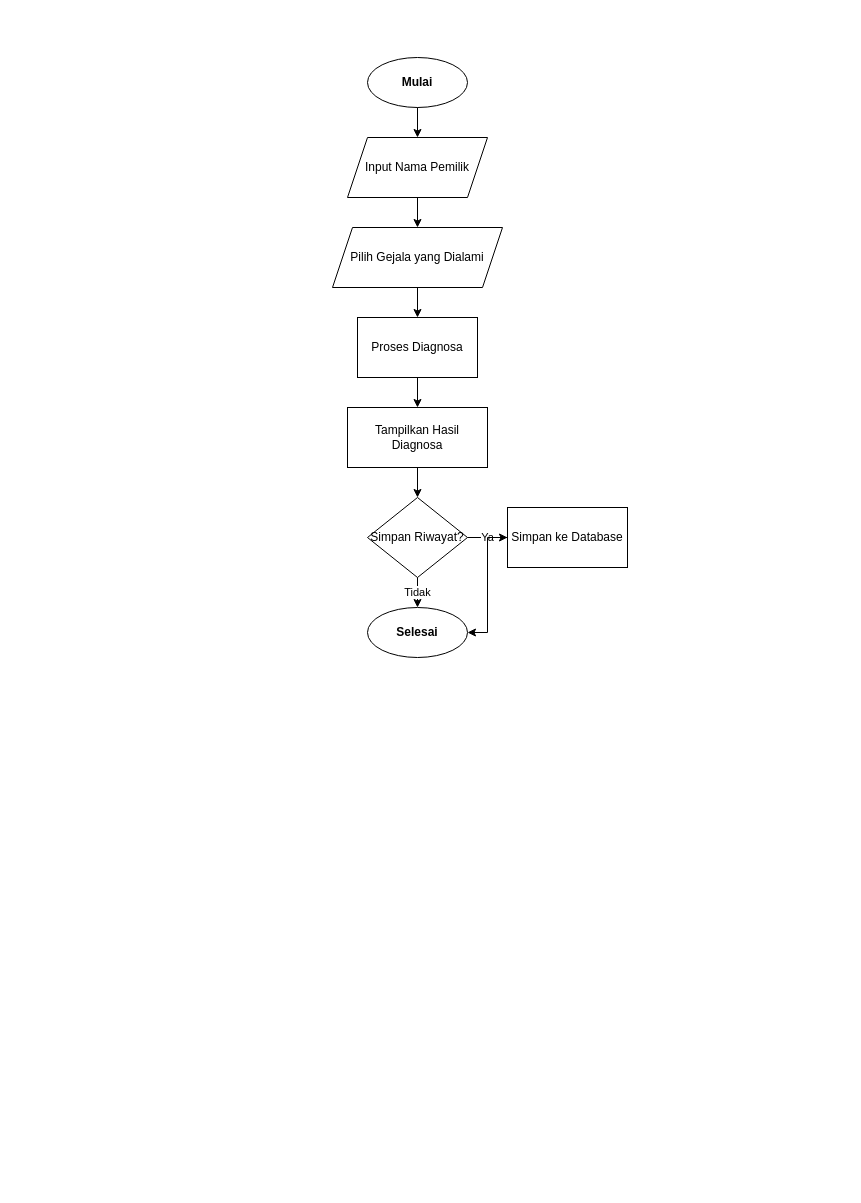
This is diagram/flowchart/konsultasi.drawio from Jinsky/Jinsky, a draw.io file, before an edit. Source tidied: cells renumbered, new cells numbered last; positions are measured from the earlier drawing's top-left corner, leaving out a move shared by most shapes. Both pictures are drawn from the tidied source at 100%, with x=0, y=0 at pixel (17, 17).
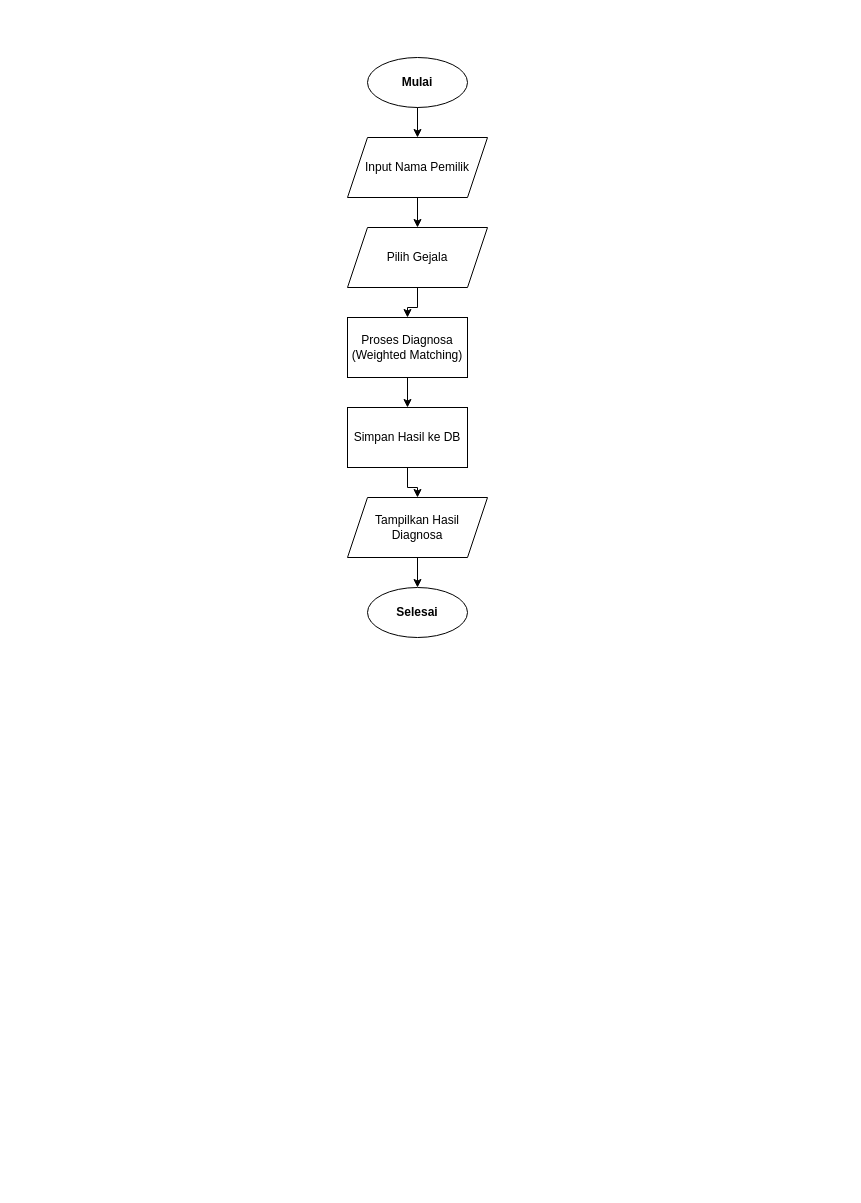
The same page after the edit.

The edit, as a diff of the source:
```diff
@@
 <mxGraphModel>
   <root>
     <mxCell id="0" />
     <mxCell id="1" parent="0" />
     <mxCell id="2" style="rounded=0;whiteSpace=wrap;html=1;fillColor=#ffffff;strokeColor=none;" parent="1" vertex="1">
       <mxGeometry width="827" height="1169" as="geometry" />
     </mxCell>
-    <mxCell id="3" value="Mulai" style="ellipse;whiteSpace=wrap;html=1;fontStyle=1;fillColor=#ffffff;strokeColor=#000000;" parent="1" vertex="1">
+    <mxCell id="3" value="Mulai" style="ellipse;whiteSpace=wrap;html=1;fontStyle=1;fontSize=12;fillColor=#ffffff;strokeColor=#000000;" parent="1" vertex="1">
       <mxGeometry x="350" y="40" width="100" height="50" as="geometry" />
     </mxCell>
-    <mxCell id="4" value="Input Nama Pemilik" style="shape=parallelogram;perimeter=parallelogramPerimeter;whiteSpace=wrap;html=1;fixedSize=1;fillColor=#ffffff;strokeColor=#000000;" parent="1" vertex="1">
+    <mxCell id="4" value="Input Nama Pemilik" style="shape=parallelogram;perimeter=parallelogramPerimeter;whiteSpace=wrap;html=1;fixedSize=1;fontSize=12;fillColor=#ffffff;strokeColor=#000000;" parent="1" vertex="1">
       <mxGeometry x="330" y="120" width="140" height="60" as="geometry" />
     </mxCell>
-    <mxCell id="5" value="Pilih Gejala yang Dialami" style="shape=parallelogram;perimeter=parallelogramPerimeter;whiteSpace=wrap;html=1;fixedSize=1;fillColor=#ffffff;strokeColor=#000000;" parent="1" vertex="1">
-      <mxGeometry x="315" y="210" width="170" height="60" as="geometry" />
+    <mxCell id="5" value="Pilih Gejala" style="shape=parallelogram;perimeter=parallelogramPerimeter;whiteSpace=wrap;html=1;fixedSize=1;fontSize=12;fillColor=#ffffff;strokeColor=#000000;" parent="1" vertex="1">
+      <mxGeometry x="330" y="210" width="140" height="60" as="geometry" />
     </mxCell>
-    <mxCell id="6" value="Proses Diagnosa" style="rounded=0;whiteSpace=wrap;html=1;fillColor=#ffffff;strokeColor=#000000;" parent="1" vertex="1">
-      <mxGeometry x="340" y="300" width="120" height="60" as="geometry" />
+    <mxCell id="6" value="Proses Diagnosa (Weighted Matching)" style="rounded=0;whiteSpace=wrap;html=1;fontSize=12;fillColor=#ffffff;strokeColor=#000000;" parent="1" vertex="1">
+      <mxGeometry x="330" y="300" width="120" height="60" as="geometry" />
     </mxCell>
-    <mxCell id="7" value="Tampilkan Hasil Diagnosa" style="rounded=0;whiteSpace=wrap;html=1;fillColor=#ffffff;strokeColor=#000000;" parent="1" vertex="1">
-      <mxGeometry x="330" y="390" width="140" height="60" as="geometry" />
+    <mxCell id="7" value="Simpan Hasil ke DB" style="rounded=0;whiteSpace=wrap;html=1;fontSize=12;fillColor=#ffffff;strokeColor=#000000;" parent="1" vertex="1">
+      <mxGeometry x="330" y="390" width="120" height="60" as="geometry" />
     </mxCell>
-    <mxCell id="8" value="Simpan Riwayat?" style="rhombus;whiteSpace=wrap;html=1;fillColor=#ffffff;strokeColor=#000000;" parent="1" vertex="1">
-      <mxGeometry x="350" y="480" width="100" height="80" as="geometry" />
+    <mxCell id="8" value="Tampilkan Hasil Diagnosa" style="shape=parallelogram;perimeter=parallelogramPerimeter;whiteSpace=wrap;html=1;fixedSize=1;fontSize=12;fillColor=#ffffff;strokeColor=#000000;" parent="1" vertex="1">
+      <mxGeometry x="330" y="480" width="140" height="60" as="geometry" />
     </mxCell>
-    <mxCell id="9" value="Simpan ke Database" style="rounded=0;whiteSpace=wrap;html=1;fillColor=#ffffff;strokeColor=#000000;" parent="1" vertex="1">
-      <mxGeometry x="490" y="490" width="120" height="60" as="geometry" />
+    <mxCell id="9" value="Selesai" style="ellipse;whiteSpace=wrap;html=1;fontStyle=1;fontSize=12;fillColor=#ffffff;strokeColor=#000000;" parent="1" vertex="1">
+      <mxGeometry x="350" y="570" width="100" height="50" as="geometry" />
     </mxCell>
-    <mxCell id="10" value="Selesai" style="ellipse;whiteSpace=wrap;html=1;fontStyle=1;fillColor=#ffffff;strokeColor=#000000;" parent="1" vertex="1">
-      <mxGeometry x="350" y="590" width="100" height="50" as="geometry" />
+    <mxCell id="10" style="edgeStyle=orthogonalEdgeStyle;rounded=0;jettySize=auto;html=1;strokeColor=#000000;fontSize=11;" parent="1" edge="1" source="3" target="4">
+      <mxGeometry relative="1" as="geometry" />
     </mxCell>
+    <mxCell id="19" style="edgeStyle=orthogonalEdgeStyle;rounded=0;jettySize=auto;html=1;strokeColor=#000000;fontSize=11;" parent="1" edge="1" source="4" target="5">
+      <mxGeometry relative="1" as="geometry" />
+    </mxCell>
+    <mxCell id="20" style="edgeStyle=orthogonalEdgeStyle;rounded=0;jettySize=auto;html=1;strokeColor=#000000;fontSize=11;" parent="1" edge="1" source="5" target="6">
+      <mxGeometry relative="1" as="geometry" />
+    </mxCell>
-    <mxCell id="11" style="edgeStyle=orthogonalEdgeStyle;rounded=0;jettySize=auto;html=1;strokeColor=#000000;" parent="1" edge="1" source="3" target="4">
+    <mxCell id="11" style="edgeStyle=orthogonalEdgeStyle;rounded=0;jettySize=auto;html=1;strokeColor=#000000;fontSize=11;" parent="1" edge="1" source="6" target="7">
       <mxGeometry relative="1" as="geometry" />
     </mxCell>
-    <mxCell id="12" style="edgeStyle=orthogonalEdgeStyle;rounded=0;jettySize=auto;html=1;strokeColor=#000000;" parent="1" edge="1" source="4" target="5">
+    <mxCell id="12" style="edgeStyle=orthogonalEdgeStyle;rounded=0;jettySize=auto;html=1;strokeColor=#000000;fontSize=11;" parent="1" edge="1" source="7" target="8">
       <mxGeometry relative="1" as="geometry" />
     </mxCell>
-    <mxCell id="13" style="edgeStyle=orthogonalEdgeStyle;rounded=0;jettySize=auto;html=1;strokeColor=#000000;" parent="1" edge="1" source="5" target="6">
+    <mxCell id="13" style="edgeStyle=orthogonalEdgeStyle;rounded=0;jettySize=auto;html=1;strokeColor=#000000;fontSize=11;" parent="1" edge="1" source="8" target="9">
       <mxGeometry relative="1" as="geometry" />
     </mxCell>
-    <mxCell id="14" style="edgeStyle=orthogonalEdgeStyle;rounded=0;jettySize=auto;html=1;strokeColor=#000000;" parent="1" edge="1" source="6" target="7">
-      <mxGeometry relative="1" as="geometry" />
-    </mxCell>
-    <mxCell id="15" style="edgeStyle=orthogonalEdgeStyle;rounded=0;jettySize=auto;html=1;strokeColor=#000000;" parent="1" edge="1" source="7" target="8">
-      <mxGeometry relative="1" as="geometry" />
-    </mxCell>
-    <mxCell id="16" value="Ya" style="edgeStyle=orthogonalEdgeStyle;rounded=0;jettySize=auto;html=1;strokeColor=#000000;" parent="1" edge="1" source="8" target="9">
-      <mxGeometry relative="1" as="geometry" />
-    </mxCell>
-    <mxCell id="17" value="Tidak" style="edgeStyle=orthogonalEdgeStyle;rounded=0;jettySize=auto;html=1;strokeColor=#000000;" parent="1" edge="1" source="8" target="10">
-      <mxGeometry relative="1" as="geometry" />
-    </mxCell>
-    <mxCell id="18" style="edgeStyle=orthogonalEdgeStyle;rounded=0;jettySize=auto;html=1;strokeColor=#000000;entryX=1;entryY=0.5;entryDx=0;entryDy=0;" parent="1" edge="1" source="9" target="10">
-      <mxGeometry relative="1" as="geometry" />
-    </mxCell>
   </root>
 </mxGraphModel>
```
